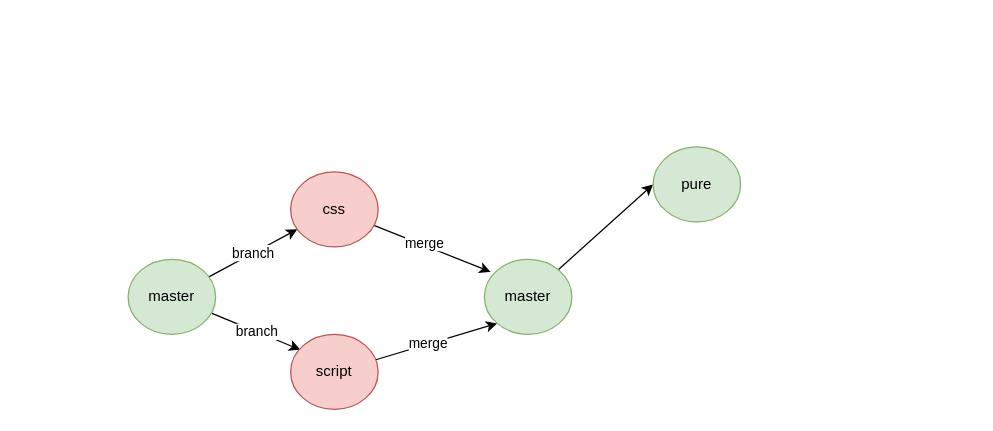
zcomert/BtkAkademiDotNetBootCamp keeps this draw.io diagram as page "day1-git" (3 of 5) of day-03/draw.drawio. Above is the earlier version. Source tidied: cells renumbered, new cells numbered last; positions are measured from the earlier drawing's top-left corner, leaving out a move shared by most shapes. Both pictures are drawn from the tidied source at 125%, with x=0, y=0 at pixel (128, 146).
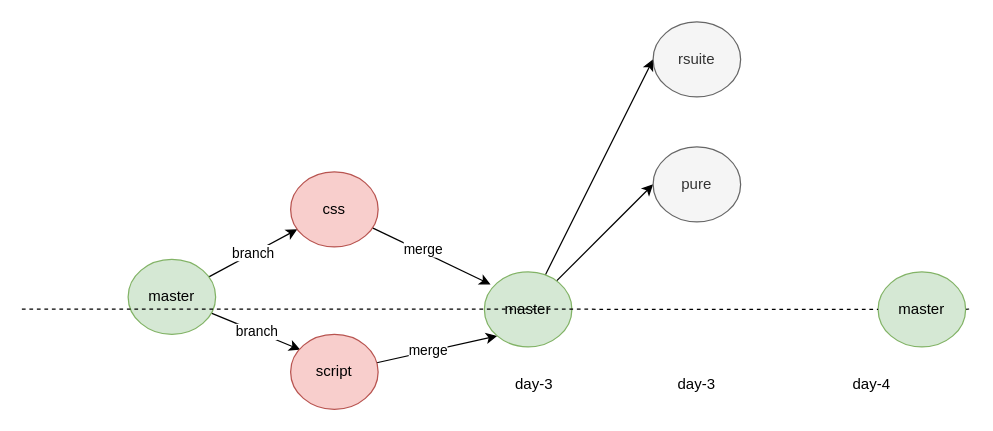
Above is the later version.

Commit message (it also covers changes not shown here):
RSUITE has been applied.

The edit, as a diff of the source:
```diff
@@
+    <mxCell id="14" style="endArrow=none;dashed=1;html=1;" parent="1" edge="1" source="20">
+      <mxGeometry relative="1" as="geometry">
+        <mxPoint x="672.8" y="129.7" as="targetPoint" />
+      </mxGeometry>
+    </mxCell>
@@
+    <mxCell id="15" style="edgeStyle=none;rounded=0;jettySize=auto;html=1;entryX=0;entryY=0.5;entryDx=0;entryDy=0;" parent="1" edge="1" source="12" target="19">
+      <mxGeometry relative="1" as="geometry" />
+    </mxCell>
     <mxCell id="12" value="master" style="ellipse;whiteSpace=wrap;html=1;fillColor=#d5e8d4;strokeColor=#82b366;" parent="1" vertex="1">
-      <mxGeometry x="285" y="90" width="70" height="60" as="geometry" />
+      <mxGeometry x="285" y="100" width="70" height="60" as="geometry" />
     </mxCell>
-    <mxCell id="13" value="pure" style="ellipse;whiteSpace=wrap;html=1;fillColor=#d5e8d4;strokeColor=#82b366;" parent="1" vertex="1">
+    <mxCell id="13" value="pure" style="ellipse;whiteSpace=wrap;html=1;fillColor=#f5f5f5;strokeColor=#666666;fontColor=#333333;" parent="1" vertex="1">
       <mxGeometry x="420" width="70" height="60" as="geometry" />
     </mxCell>
+    <mxCell id="16" value="day-3" style="text;html=1;strokeColor=none;fillColor=none;align=center;verticalAlign=middle;whiteSpace=wrap;rounded=0;" parent="1" vertex="1">
+      <mxGeometry x="300" y="180" width="50" height="20" as="geometry" />
+    </mxCell>
+    <mxCell id="17" value="day-3" style="text;html=1;strokeColor=none;fillColor=none;align=center;verticalAlign=middle;whiteSpace=wrap;rounded=0;" parent="1" vertex="1">
+      <mxGeometry x="430" y="180" width="50" height="20" as="geometry" />
+    </mxCell>
+    <mxCell id="18" value="day-4" style="text;html=1;strokeColor=none;fillColor=none;align=center;verticalAlign=middle;whiteSpace=wrap;rounded=0;" parent="1" vertex="1">
+      <mxGeometry x="570" y="180" width="50" height="20" as="geometry" />
+    </mxCell>
+    <mxCell id="19" value="rsuite" style="ellipse;whiteSpace=wrap;html=1;fillColor=#f5f5f5;strokeColor=#666666;fontColor=#333333;" parent="1" vertex="1">
+      <mxGeometry x="420" y="-100" width="70" height="60" as="geometry" />
+    </mxCell>
+    <mxCell id="20" value="master" style="ellipse;whiteSpace=wrap;html=1;fillColor=#d5e8d4;strokeColor=#82b366;" parent="1" vertex="1">
+      <mxGeometry x="600" y="100" width="70" height="60" as="geometry" />
+    </mxCell>
+    <mxCell id="21" style="endArrow=none;dashed=1;html=1;" parent="1" edge="1" target="20">
+      <mxGeometry relative="1" as="geometry">
+        <mxPoint x="-85" y="129.7" as="sourcePoint" />
+      </mxGeometry>
+    </mxCell>
```
